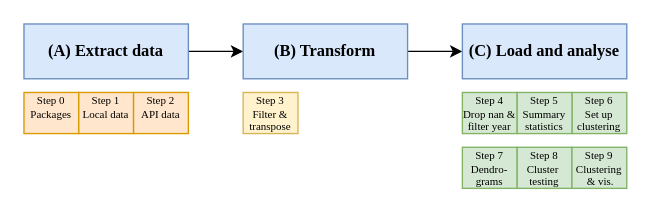
Earlier version of the draw.io diagram 3_Images/Process_Summary.drawio (antoniosfiala/City_classifier). Source tidied: cells renumbered, new cells numbered last; positions are measured from the earlier drawing's top-left corner, leaving out a move shared by most shapes. Both pictures are drawn from the tidied source at 137%, with x=0, y=0 at pixel (23, 23).
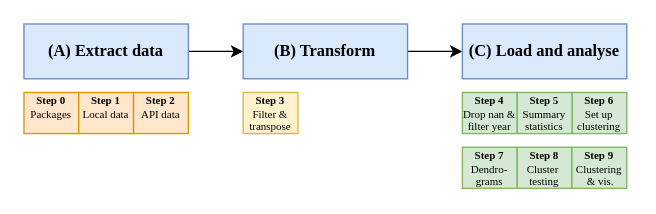
Above is the later version.

Diff of the diagram source:
```diff
@@
 <mxGraphModel>
   <root>
     <mxCell id="0" />
     <mxCell id="1" parent="0" />
     <mxCell id="2" style="edgeStyle=orthogonalEdgeStyle;rounded=0;jettySize=auto;html=1;fontFamily=Times New Roman;" parent="1" edge="1" source="3" target="5">
       <mxGeometry relative="1" as="geometry" />
     </mxCell>
     <mxCell id="3" value="(A) Extract data" style="rounded=0;whiteSpace=wrap;html=1;fontFamily=Times New Roman;fillColor=#dae8fc;strokeColor=#6c8ebf;fontStyle=1;" parent="1" vertex="1">
       <mxGeometry width="120" height="40" as="geometry" />
     </mxCell>
     <mxCell id="4" style="edgeStyle=orthogonalEdgeStyle;rounded=0;jettySize=auto;html=1;fontFamily=Times New Roman;" parent="1" edge="1" source="5" target="6">
       <mxGeometry relative="1" as="geometry" />
     </mxCell>
     <mxCell id="5" value="(B) Transform" style="rounded=0;whiteSpace=wrap;html=1;fontFamily=Times New Roman;fillColor=#dae8fc;strokeColor=#6c8ebf;fontStyle=1;" parent="1" vertex="1">
       <mxGeometry x="160" width="120" height="40" as="geometry" />
     </mxCell>
     <mxCell id="6" value="(C) Load and analyse" style="rounded=0;whiteSpace=wrap;html=1;fontFamily=Times New Roman;fillColor=#dae8fc;strokeColor=#6c8ebf;fontStyle=1;" parent="1" vertex="1">
       <mxGeometry x="320" width="120" height="40" as="geometry" />
     </mxCell>
-    <mxCell id="7" value="Step 0&lt;br&gt;Packages" style="rounded=0;whiteSpace=wrap;html=1;fontFamily=Times New Roman;fontSize=8;fillColor=#ffe6cc;strokeColor=#d79b00;verticalAlign=top;spacing=-3;" parent="1" vertex="1">
+    <mxCell id="7" value="&lt;b&gt;Step 0&lt;/b&gt;&lt;br&gt;Packages" style="rounded=0;whiteSpace=wrap;html=1;fontFamily=Times New Roman;fontSize=8;fillColor=#ffe6cc;strokeColor=#d79b00;verticalAlign=top;spacing=-3;" parent="1" vertex="1">
       <mxGeometry y="50" width="40" height="30" as="geometry" />
     </mxCell>
-    <mxCell id="8" value="Step 1&lt;br&gt;Local data" style="rounded=0;whiteSpace=wrap;html=1;fontFamily=Times New Roman;fontSize=8;fillColor=#ffe6cc;strokeColor=#d79b00;verticalAlign=top;spacing=-3;" parent="1" vertex="1">
+    <mxCell id="8" value="&lt;b&gt;Step 1&lt;/b&gt;&lt;br&gt;Local data" style="rounded=0;whiteSpace=wrap;html=1;fontFamily=Times New Roman;fontSize=8;fillColor=#ffe6cc;strokeColor=#d79b00;verticalAlign=top;spacing=-3;" parent="1" vertex="1">
       <mxGeometry x="40" y="50" width="40" height="30" as="geometry" />
     </mxCell>
-    <mxCell id="9" value="Step 2&lt;br&gt;API data" style="rounded=0;whiteSpace=wrap;html=1;fontFamily=Times New Roman;fontSize=8;fillColor=#ffe6cc;strokeColor=#d79b00;verticalAlign=top;spacing=-3;" parent="1" vertex="1">
+    <mxCell id="9" value="&lt;b&gt;Step 2&lt;/b&gt;&lt;br&gt;API data" style="rounded=0;whiteSpace=wrap;html=1;fontFamily=Times New Roman;fontSize=8;fillColor=#ffe6cc;strokeColor=#d79b00;verticalAlign=top;spacing=-3;" parent="1" vertex="1">
       <mxGeometry x="80" y="50" width="40" height="30" as="geometry" />
     </mxCell>
-    <mxCell id="10" value="Step 4&lt;br&gt;Drop nan &amp;amp; filter year" style="rounded=0;whiteSpace=wrap;html=1;fontFamily=Times New Roman;fontSize=8;fillColor=#d5e8d4;strokeColor=#82b366;verticalAlign=top;spacing=-3;" parent="1" vertex="1">
+    <mxCell id="10" value="&lt;b&gt;Step 4&lt;/b&gt;&lt;br&gt;Drop nan &amp;amp; filter year" style="rounded=0;whiteSpace=wrap;html=1;fontFamily=Times New Roman;fontSize=8;fillColor=#d5e8d4;strokeColor=#82b366;verticalAlign=top;spacing=-3;" parent="1" vertex="1">
       <mxGeometry x="320" y="50" width="40" height="30" as="geometry" />
     </mxCell>
-    <mxCell id="11" value="Step 3&lt;br&gt;Filter &amp;amp; transpose" style="rounded=0;whiteSpace=wrap;html=1;fontFamily=Times New Roman;fontSize=8;fillColor=#fff2cc;strokeColor=#d6b656;verticalAlign=top;spacing=-3;" parent="1" vertex="1">
+    <mxCell id="11" value="&lt;b&gt;Step 3&lt;/b&gt;&lt;br&gt;Filter &amp;amp; transpose" style="rounded=0;whiteSpace=wrap;html=1;fontFamily=Times New Roman;fontSize=8;fillColor=#fff2cc;strokeColor=#d6b656;verticalAlign=top;spacing=-3;" parent="1" vertex="1">
       <mxGeometry x="160" y="50" width="40" height="30" as="geometry" />
     </mxCell>
-    <mxCell id="12" value="Step 6&lt;br&gt;Set up clustering" style="rounded=0;whiteSpace=wrap;html=1;fontFamily=Times New Roman;fontSize=8;fillColor=#d5e8d4;strokeColor=#82b366;verticalAlign=top;spacing=-3;" parent="1" vertex="1">
+    <mxCell id="12" value="&lt;b&gt;Step 6&lt;/b&gt;&lt;br&gt;Set up clustering" style="rounded=0;whiteSpace=wrap;html=1;fontFamily=Times New Roman;fontSize=8;fillColor=#d5e8d4;strokeColor=#82b366;verticalAlign=top;spacing=-3;" parent="1" vertex="1">
       <mxGeometry x="400" y="50" width="40" height="30" as="geometry" />
     </mxCell>
-    <mxCell id="13" value="Step 7&lt;br&gt;Dendro-&lt;br&gt;grams" style="rounded=0;whiteSpace=wrap;html=1;fontFamily=Times New Roman;fontSize=8;fillColor=#d5e8d4;strokeColor=#82b366;verticalAlign=top;spacing=-3;" parent="1" vertex="1">
+    <mxCell id="13" value="&lt;b&gt;Step 7&lt;/b&gt;&lt;br&gt;Dendro-&lt;br&gt;grams" style="rounded=0;whiteSpace=wrap;html=1;fontFamily=Times New Roman;fontSize=8;fillColor=#d5e8d4;strokeColor=#82b366;verticalAlign=top;spacing=-3;" parent="1" vertex="1">
       <mxGeometry x="320" y="90" width="40" height="30" as="geometry" />
     </mxCell>
-    <mxCell id="14" value="Step 5&lt;br&gt;Summary&lt;br&gt;statistics" style="rounded=0;whiteSpace=wrap;html=1;fontFamily=Times New Roman;fontSize=8;fillColor=#d5e8d4;strokeColor=#82b366;verticalAlign=top;spacing=-3;" parent="1" vertex="1">
+    <mxCell id="14" value="&lt;b&gt;Step 5&lt;/b&gt;&lt;br&gt;Summary&lt;br&gt;statistics" style="rounded=0;whiteSpace=wrap;html=1;fontFamily=Times New Roman;fontSize=8;fillColor=#d5e8d4;strokeColor=#82b366;verticalAlign=top;spacing=-3;" parent="1" vertex="1">
       <mxGeometry x="360" y="50" width="40" height="30" as="geometry" />
     </mxCell>
-    <mxCell id="15" value="Step 8&lt;br&gt;Cluster&amp;nbsp;&lt;br&gt;testing" style="rounded=0;whiteSpace=wrap;html=1;fontFamily=Times New Roman;fontSize=8;fillColor=#d5e8d4;strokeColor=#82b366;verticalAlign=top;spacing=-3;" parent="1" vertex="1">
+    <mxCell id="15" value="&lt;b&gt;Step 8&lt;/b&gt;&lt;br&gt;Cluster&amp;nbsp;&lt;br&gt;testing" style="rounded=0;whiteSpace=wrap;html=1;fontFamily=Times New Roman;fontSize=8;fillColor=#d5e8d4;strokeColor=#82b366;verticalAlign=top;spacing=-3;" parent="1" vertex="1">
       <mxGeometry x="360" y="90" width="40" height="30" as="geometry" />
     </mxCell>
-    <mxCell id="16" value="Step 9&lt;br&gt;Clustering&lt;br&gt;&amp;nbsp;&amp;amp; vis." style="rounded=0;whiteSpace=wrap;html=1;fontFamily=Times New Roman;fontSize=8;fillColor=#d5e8d4;strokeColor=#82b366;verticalAlign=top;spacing=-3;" parent="1" vertex="1">
+    <mxCell id="16" value="&lt;b&gt;Step 9&lt;/b&gt;&lt;br&gt;Clustering&lt;br&gt;&amp;nbsp;&amp;amp; vis." style="rounded=0;whiteSpace=wrap;html=1;fontFamily=Times New Roman;fontSize=8;fillColor=#d5e8d4;strokeColor=#82b366;verticalAlign=top;spacing=-3;" parent="1" vertex="1">
       <mxGeometry x="400" y="90" width="40" height="30" as="geometry" />
     </mxCell>
   </root>
 </mxGraphModel>
```
